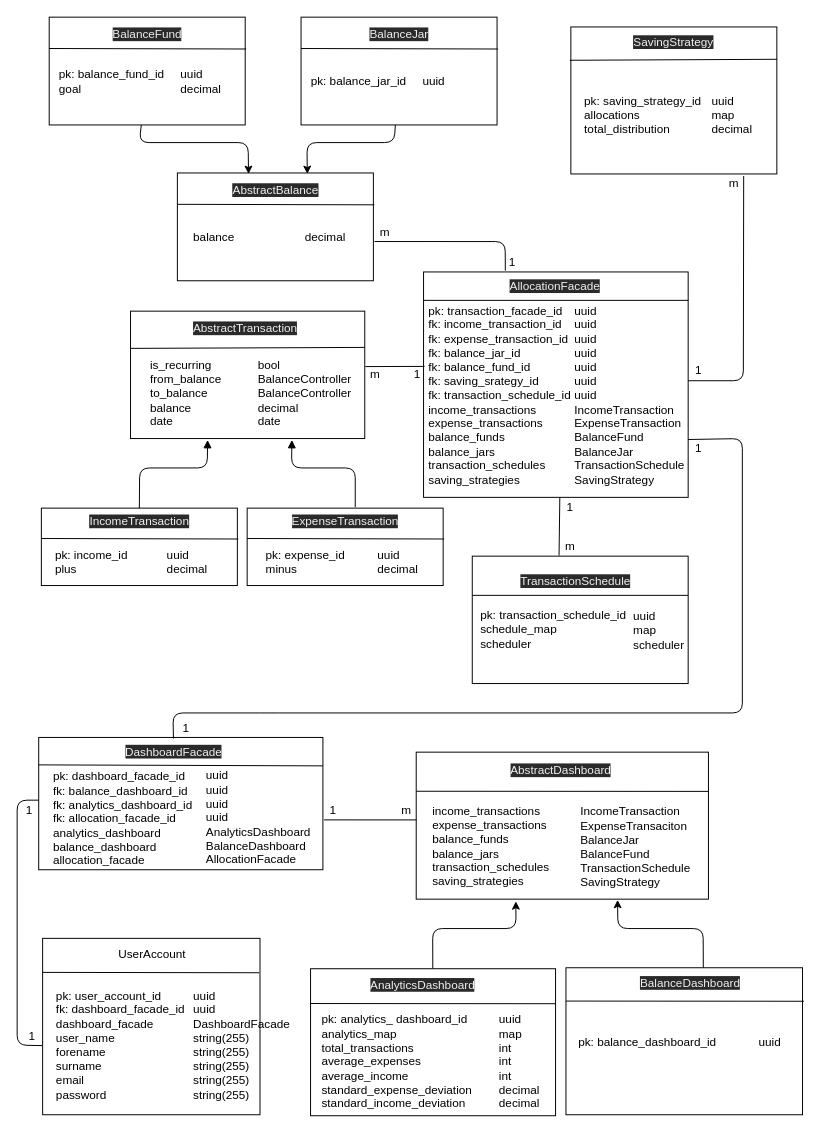
Above: backend/entities.drawio in quantumfate/moneyjar (draw.io), before the change. Source tidied: cells renumbered, new cells numbered last; positions are measured from the earlier drawing's top-left corner, leaving out a move shared by most shapes. Both pictures are drawn from the tidied source at 98%, with x=0, y=0 at pixel (17, 17).
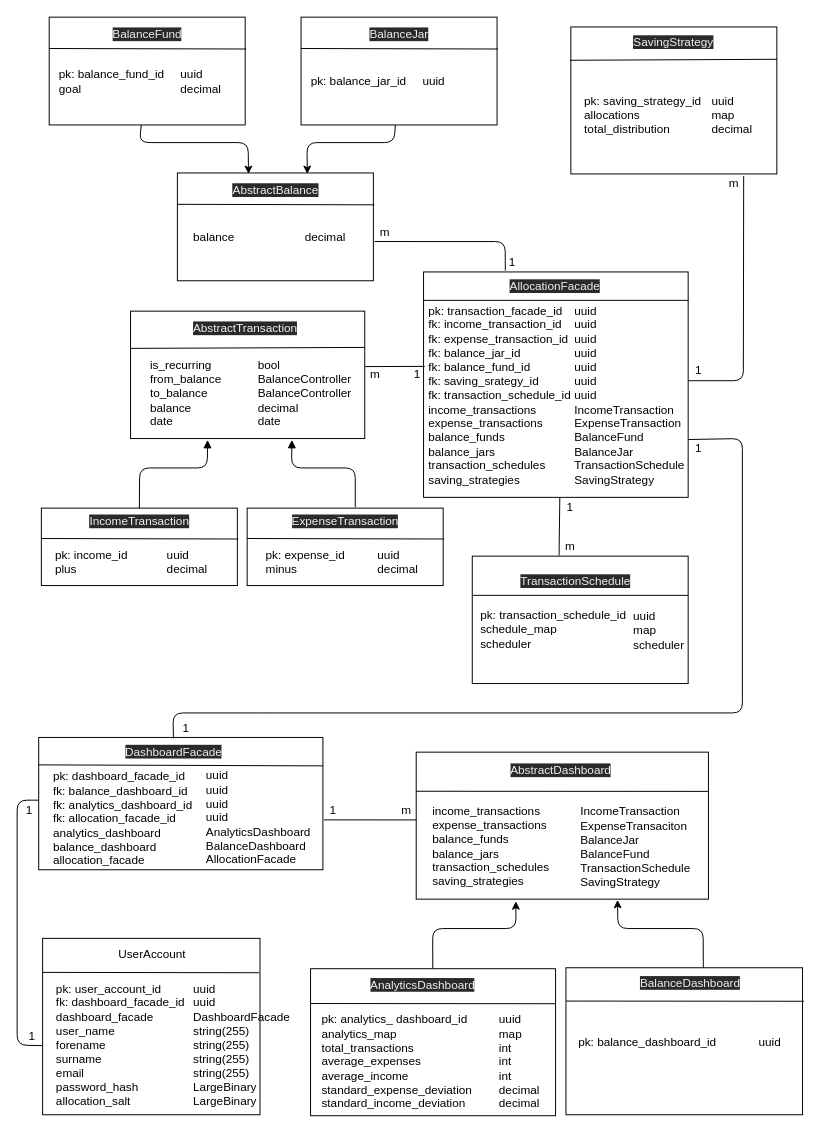
The same diagram, later.

Diff of the diagram source:
```diff
@@
-    <mxCell id="7" value="pk: user_account_id&lt;br&gt;fk: dashboard_facade_id&lt;br&gt;dashboard_facade&lt;br&gt;user_name&lt;br&gt;forename&lt;br&gt;surname&lt;br&gt;email&lt;br&gt;password" style="text;html=1;strokeColor=none;fillColor=none;align=left;verticalAlign=middle;whiteSpace=wrap;rounded=0;" parent="1" vertex="1">
+    <mxCell id="7" value="pk: user_account_id&lt;br&gt;fk: dashboard_facade_id&lt;br&gt;dashboard_facade&lt;br&gt;user_name&lt;br&gt;forename&lt;br&gt;surname&lt;br&gt;email&lt;br&gt;password_hash&lt;br&gt;allocation_salt" style="text;html=1;strokeColor=none;fillColor=none;align=left;verticalAlign=middle;whiteSpace=wrap;rounded=0;" parent="1" vertex="1">
       <mxGeometry x="37.8" y="999" width="138.2" height="100" as="geometry" />
     </mxCell>
-    <mxCell id="8" value="uuid&lt;br&gt;uuid&lt;br&gt;DashboardFacade&lt;br&gt;string(255)&lt;br&gt;string(255)&lt;br&gt;string(255)&lt;br&gt;string(255)&lt;br&gt;string(255)" style="text;html=1;align=left;verticalAlign=middle;strokeColor=none;fillColor=none;" parent="1" vertex="1">
-      <mxGeometry x="177.8" y="989" width="110" height="120" as="geometry" />
+    <mxCell id="8" value="uuid&lt;br&gt;uuid&lt;br&gt;DashboardFacade&lt;br&gt;string(255)&lt;br&gt;string(255)&lt;br&gt;string(255)&lt;br&gt;string(255)&lt;br&gt;LargeBinary&lt;br&gt;LargeBinary" style="text;html=1;align=left;verticalAlign=middle;strokeColor=none;fillColor=none;" parent="1" vertex="1">
+      <mxGeometry x="177.8" y="984" width="110" height="130" as="geometry" />
     </mxCell>
```
